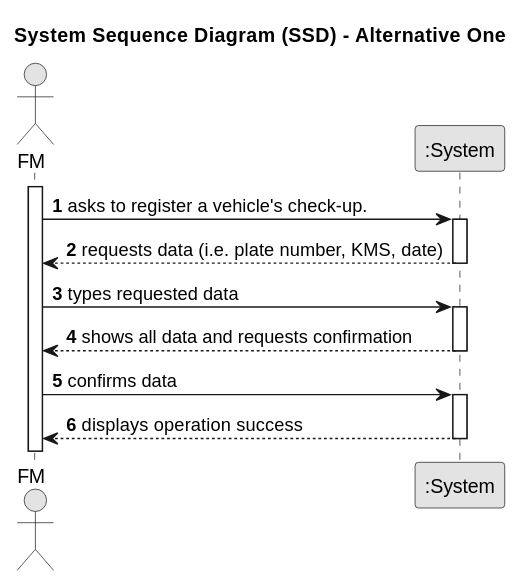
Earlier version of the PlantUML export docs/sprintA/us007/01.requirements-engineering/svg/us007-system-sequence-diagram-alternative-one.svg (daniel41silva05/ISEP_2023_2024_LAPR2).
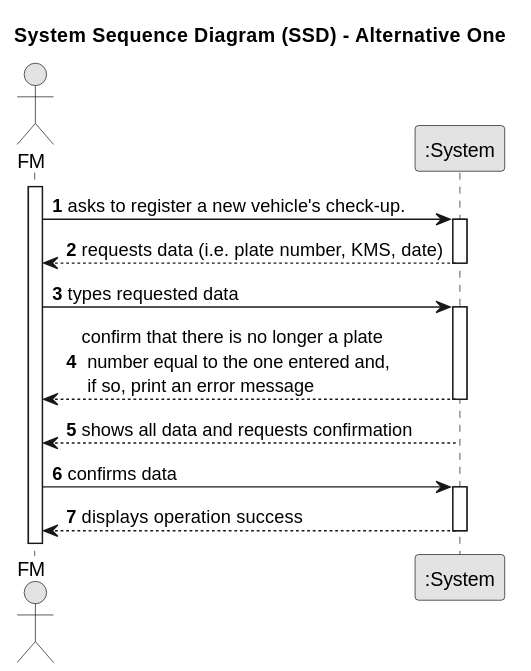
After the change.

What changed in the source:
```diff
@@ -12,7 +12,7 @@
 
 activate Employee
 
-    Employee -> System : asks to register a vehicle's check-up.
+    Employee -> System : asks to register a new vehicle's check-up.
     activate System
 
         System --> Employee : requests data (i.e. plate number, KMS, date)
@@ -21,7 +21,8 @@
     Employee -> System : types requested data
     activate System
 
-
+        System --> Employee : confirm that there is no longer a plate\n number equal to the one entered and,\n if so, print an error message
+    deactivate System
 
         System --> Employee : shows all data and requests confirmation
     deactivate System
```
